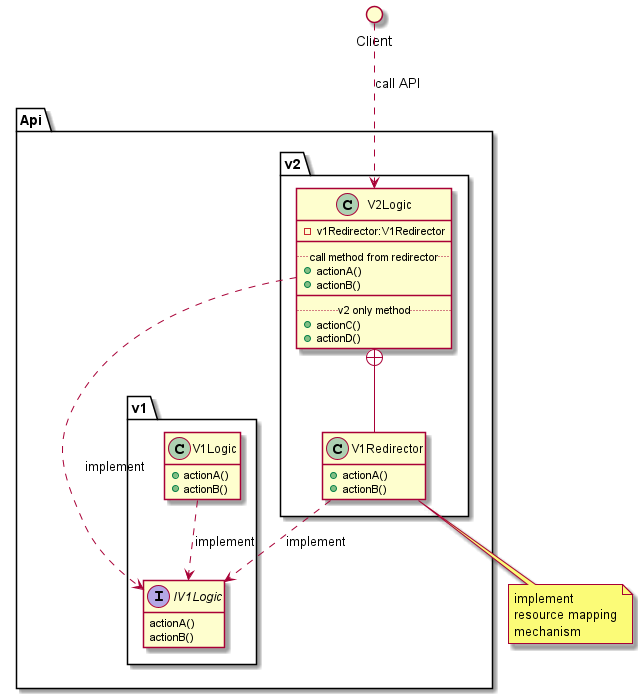
This is out/justifications/EndpointRedirection/EndpointRedirectionNestedClass.png from huntertran/concordia-thesis-topic, a PlantUML export, as it was before one commit.
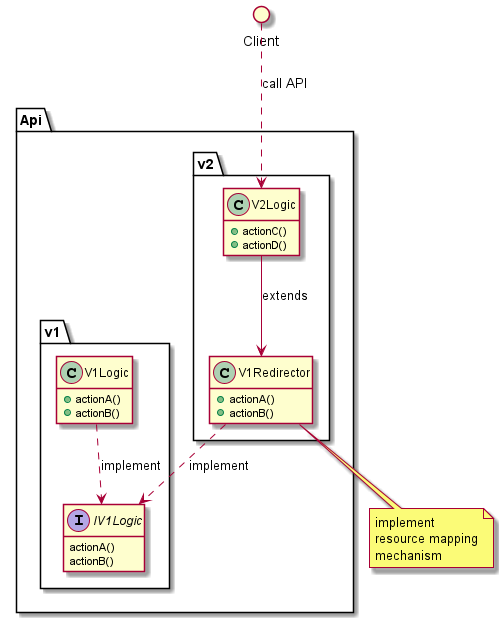
The same file after the commit.

Commit message:
update diagrams for endpointredirection

Change to the diagram source:
```diff
@@ -23,13 +23,6 @@
             +actionB()
         }
         class V2Logic {
-            -v1Redirector:V1Redirector
-            __
-            .. call method from redirector ..
-            +actionA()
-            +actionB()
-            __
-            .. v2 only method ..
             +actionC()
             +actionD()
         }
@@ -38,8 +31,7 @@
 
 V1Logic ..> IV1Logic : implement
 V1Redirector ..> IV1Logic : implement
-V2Logic ..> IV1Logic : implement
-V2Logic +-- V1Redirector
+V2Logic --> V1Redirector : extends
 
 note bottom of V1Redirector
     implement
```
